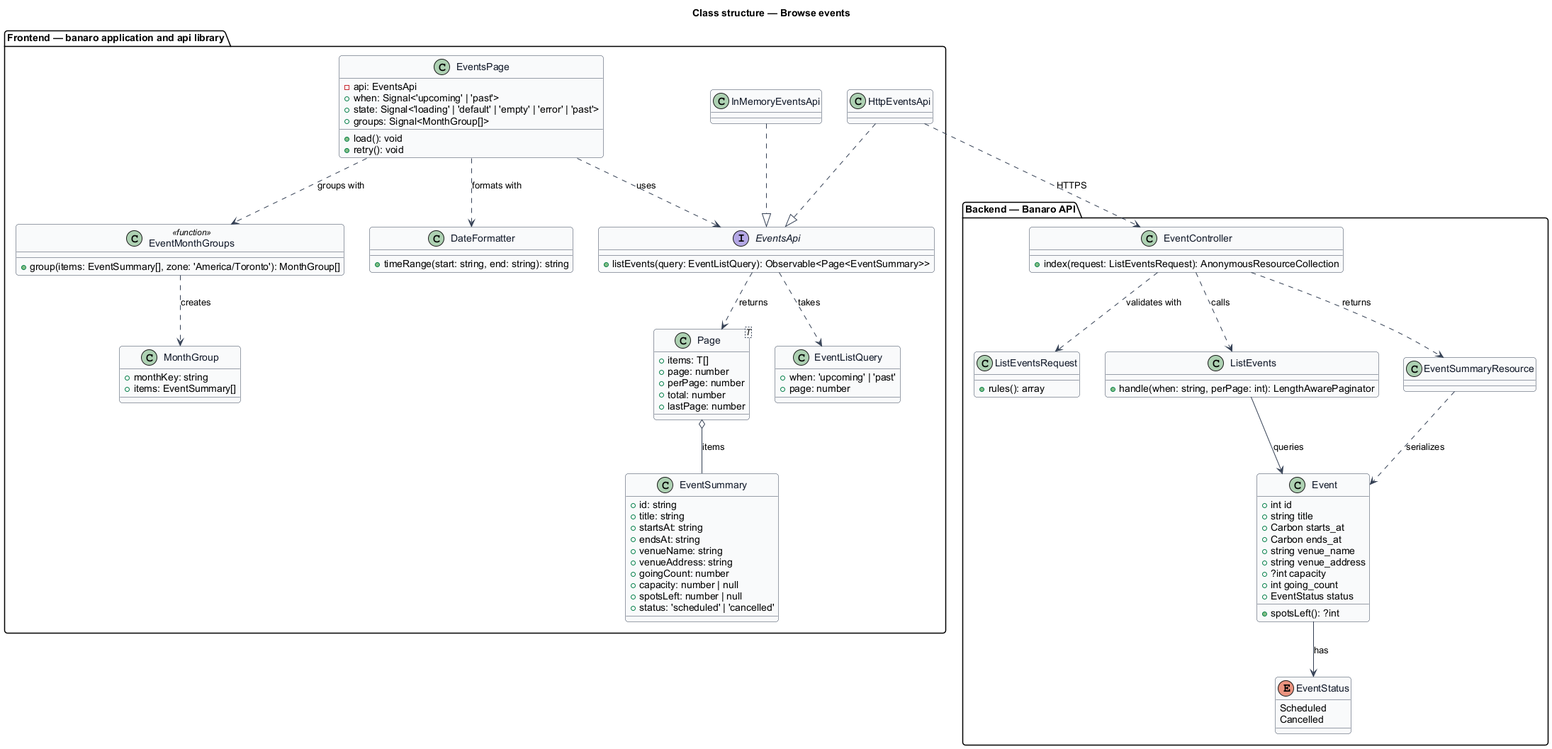
Earlier version of the PlantUML export docs/detailed-designs/events/browse-events/diagrams/class-structure.png (QuinntyneBrown/banaro). The source it was exported from:
```plantuml
@startuml
skinparam backgroundColor #FFFFFF
skinparam shadowing false
skinparam roundcorner 8
skinparam defaultFontName Arial
skinparam ArrowColor #344054
skinparam class {
  BorderColor #344054
  FontColor #101828
  BackgroundColor #F9FAFB
}
title Class structure — Browse events

package "Frontend — banaro application and api library" {
  class EventsPage {
    -api: EventsApi
    +when: Signal<'upcoming' | 'past'>
    +state: Signal<'loading' | 'default' | 'empty' | 'error' | 'past'>
    +groups: Signal<MonthGroup[]>
    +load(): void
    +retry(): void
  }
  class EventMonthGroups <<function>> {
    +group(items: EventSummary[], zone: 'America/Toronto'): MonthGroup[]
  }
  class MonthGroup {
    +monthKey: string
    +items: EventSummary[]
  }
  class DateFormatter {
    +timeRange(start: string, end: string): string
  }
  interface EventsApi {
    +listEvents(query: EventListQuery): Observable<Page<EventSummary>>
  }
  class HttpEventsApi
  class InMemoryEventsApi
  class EventListQuery {
    +when: 'upcoming' | 'past'
    +page: number
  }
  class EventSummary {
    +id: string
    +title: string
    +startsAt: string
    +endsAt: string
    +venueName: string
    +venueAddress: string
    +goingCount: number
    +capacity: number | null
    +spotsLeft: number | null
    +status: 'scheduled' | 'cancelled'
  }
  class "Page<T>" as Page {
    +items: T[]
    +page: number
    +perPage: number
    +total: number
    +lastPage: number
  }
}

package "Backend — Banaro API" {
  class EventController {
    +index(request: ListEventsRequest): AnonymousResourceCollection
  }
  class ListEventsRequest {
    +rules(): array
  }
  class ListEvents {
    +handle(when: string, perPage: int): LengthAwarePaginator
  }
  class Event {
    +int id
    +string title
    +Carbon starts_at
    +Carbon ends_at
    +string venue_name
    +string venue_address
    +?int capacity
    +int going_count
    +EventStatus status
    +spotsLeft(): ?int
  }
  enum EventStatus {
    Scheduled
    Cancelled
  }
  class EventSummaryResource
}

EventsPage ..> EventsApi : uses
EventsPage ..> EventMonthGroups : groups with
EventsPage ..> DateFormatter : formats with
EventMonthGroups ..> MonthGroup : creates
HttpEventsApi ..|> EventsApi
InMemoryEventsApi ..|> EventsApi
EventsApi ..> EventListQuery : takes
EventsApi ..> Page : returns
Page o-- EventSummary : items
HttpEventsApi ..> EventController : HTTPS

EventController ..> ListEventsRequest : validates with
EventController ..> ListEvents : calls
EventController ..> EventSummaryResource : returns
ListEvents --> Event : queries
EventSummaryResource ..> Event : serializes
Event --> EventStatus : has
@enduml
```
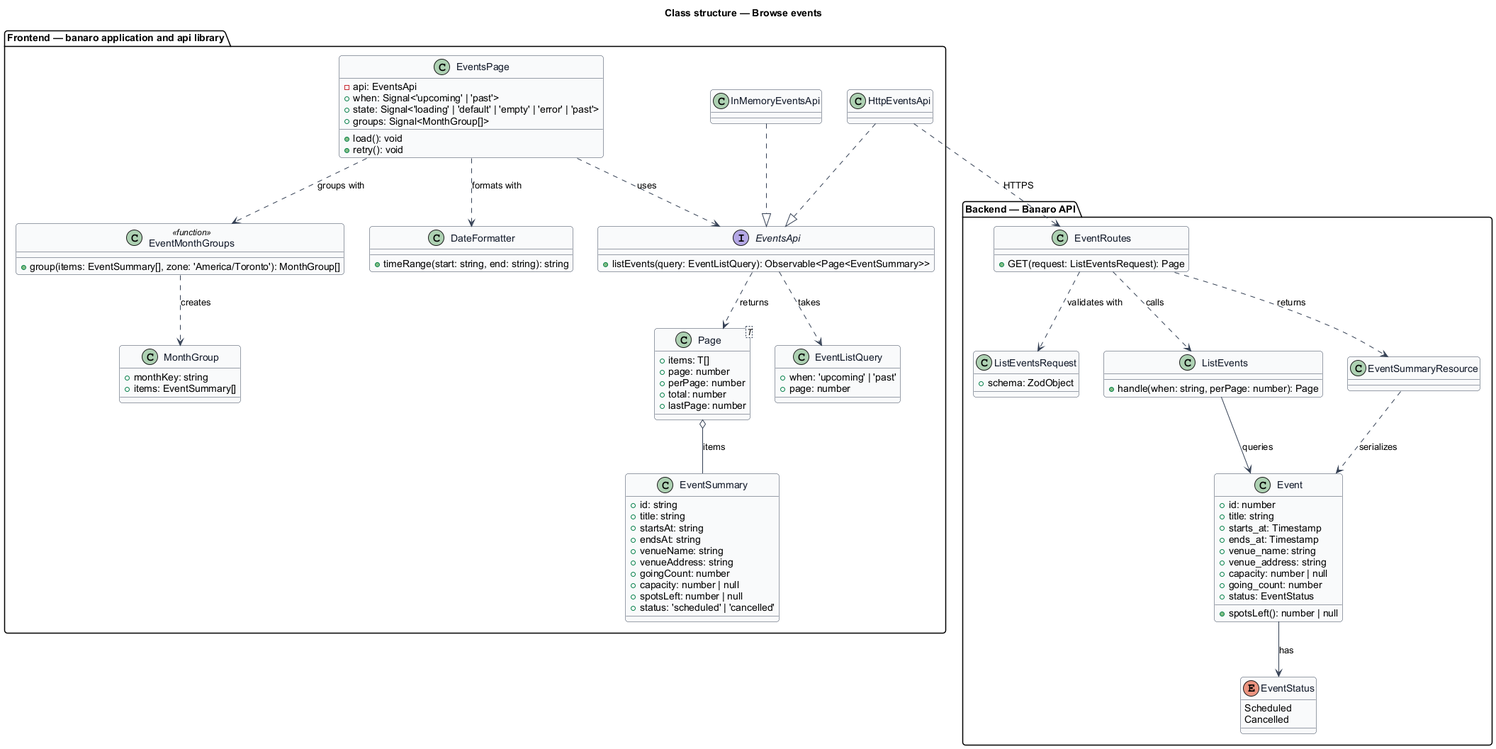
Above is the later version.

Change to the diagram source:
```diff
@@ -61,26 +61,26 @@
 }
 
 package "Backend — Banaro API" {
-  class EventController {
-    +index(request: ListEventsRequest): AnonymousResourceCollection
+  class EventRoutes {
+    +GET(request: ListEventsRequest): Page
   }
   class ListEventsRequest {
-    +rules(): array
+    +schema: ZodObject
   }
   class ListEvents {
-    +handle(when: string, perPage: int): LengthAwarePaginator
+    +handle(when: string, perPage: number): Page
   }
   class Event {
-    +int id
-    +string title
-    +Carbon starts_at
-    +Carbon ends_at
-    +string venue_name
-    +string venue_address
-    +?int capacity
-    +int going_count
-    +EventStatus status
-    +spotsLeft(): ?int
+    +id: number
+    +title: string
+    +starts_at: Timestamp
+    +ends_at: Timestamp
+    +venue_name: string
+    +venue_address: string
+    +capacity: number | null
+    +going_count: number
+    +status: EventStatus
+    +spotsLeft(): number | null
   }
   enum EventStatus {
     Scheduled
@@ -98,11 +98,11 @@
 EventsApi ..> EventListQuery : takes
 EventsApi ..> Page : returns
 Page o-- EventSummary : items
-HttpEventsApi ..> EventController : HTTPS
+HttpEventsApi ..> EventRoutes : HTTPS
 
-EventController ..> ListEventsRequest : validates with
-EventController ..> ListEvents : calls
-EventController ..> EventSummaryResource : returns
+EventRoutes ..> ListEventsRequest : validates with
+EventRoutes ..> ListEvents : calls
+EventRoutes ..> EventSummaryResource : returns
 ListEvents --> Event : queries
 EventSummaryResource ..> Event : serializes
 Event --> EventStatus : has
```
